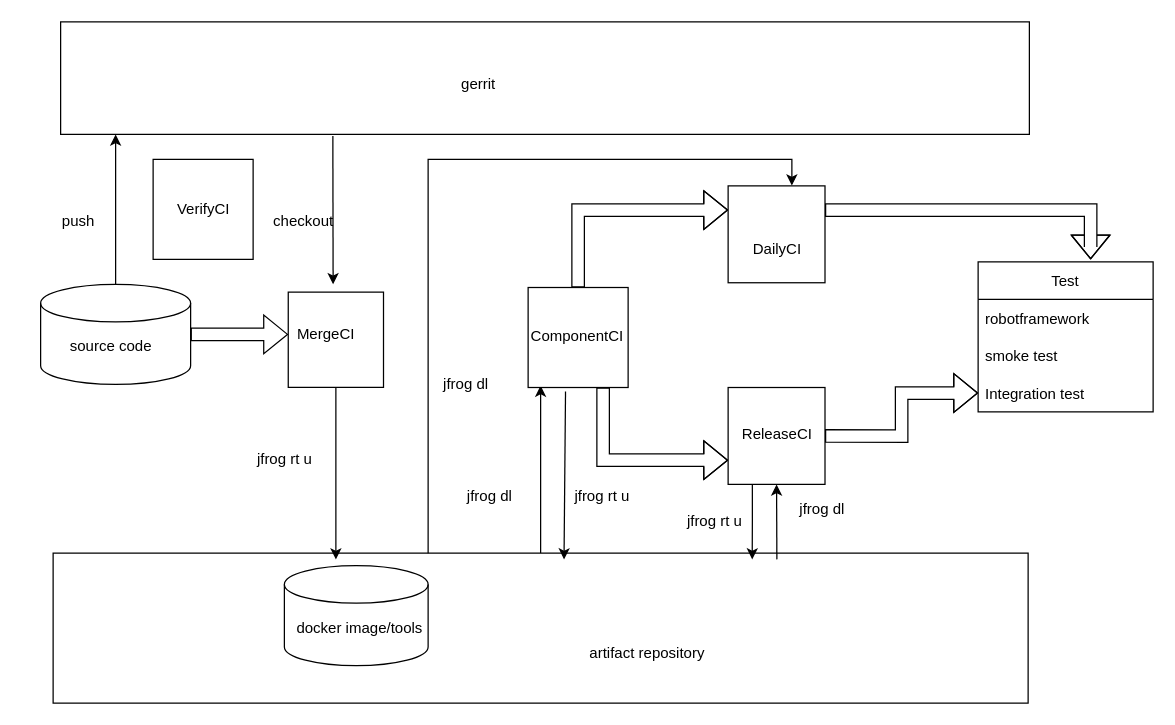
The draw.io diagram jflc.drawio in xiaoyuanwu123/learnGit, before the edit. Source tidied: cells renumbered, new cells numbered last; positions are measured from the earlier drawing's top-left corner, leaving out a move shared by most shapes. Both pictures are drawn from the tidied source at 125%, with x=0, y=0 at pixel (40, 21).
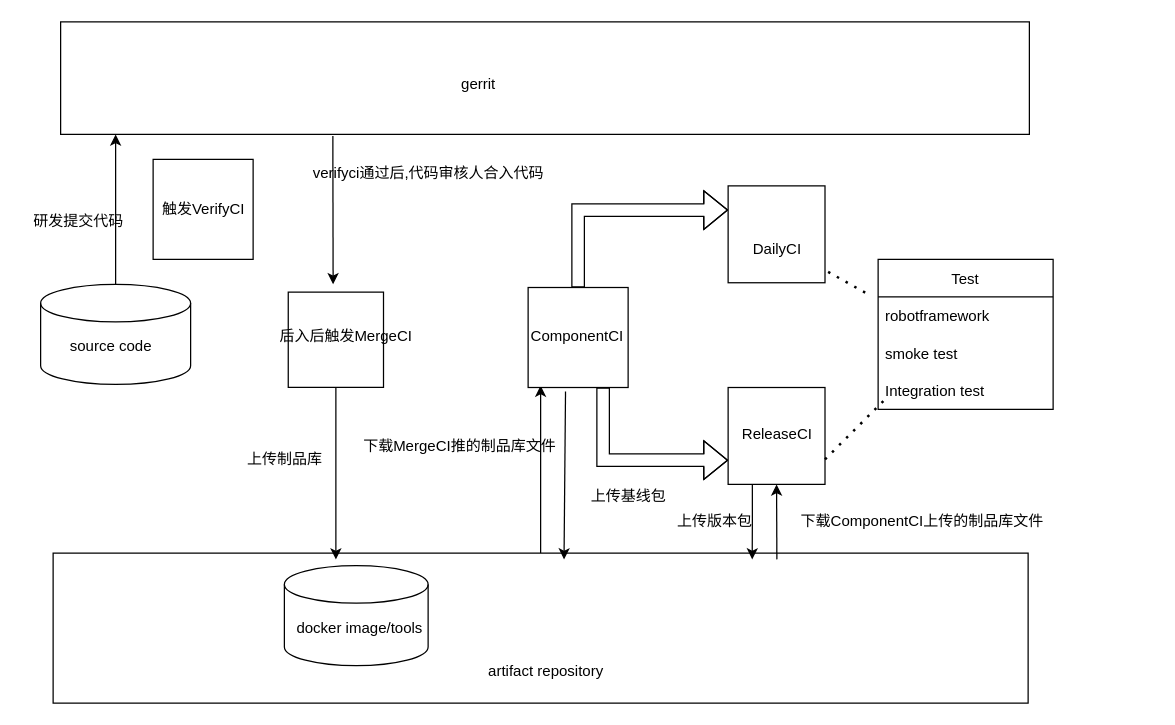
After the change.

Unchanged cells that the change refers to:
```xml
<mxCell id="7" style="shape=cylinder3;whiteSpace=wrap;html=1;boundedLbl=1;backgroundOutline=1;size=15;fontFamily=Helvetica;" parent="1" vertex="1">
  <mxGeometry y="210" width="120" height="80" as="geometry" />
</mxCell>
<mxCell id="22" style="whiteSpace=wrap;html=1;fontFamily=Helvetica;" parent="1" vertex="1">
  <mxGeometry x="550" y="292.5" width="77.5" height="77.5" as="geometry" />
</mxCell>
<mxCell id="25" style="whiteSpace=wrap;html=1;fontFamily=Helvetica;" parent="1" vertex="1">
  <mxGeometry x="550" y="131.2" width="77.5" height="77.5" as="geometry" />
</mxCell>
<mxCell id="37" value="Integration test" style="text;strokeColor=none;fillColor=none;align=left;verticalAlign=middle;spacingLeft=4;spacingRight=4;overflow=hidden;points=[[0,0.5],[1,0.5]];portConstraint=eastwest;fontFamily=Helvetica;" parent="34" vertex="1">
  <mxGeometry y="90" width="140" height="30" as="geometry" />
</mxCell>
```

Change to the diagram source:
```diff
@@
-    <mxCell id="6" style="edgeStyle=orthogonalEdgeStyle;shape=flexArrow;rounded=0;jettySize=auto;html=1;exitX=1;exitY=0.5;exitDx=0;exitDy=0;exitPerimeter=0;entryX=-0.002;entryY=0.5;entryDx=0;entryDy=0;entryPerimeter=0;fontFamily=Helvetica;" parent="1" edge="1" source="7" target="19">
-      <mxGeometry relative="1" as="geometry" />
-    </mxCell>
@@
     <mxCell id="10" value="artifact repository" style="text;html=1;align=center;verticalAlign=middle;fillColor=none;strokeColor=none;rounded=0;fontFamily=Helvetica;" parent="1" vertex="1">
-      <mxGeometry x="430" y="495" width="110" height="20" as="geometry" />
+      <mxGeometry x="349" y="510" width="110" height="20" as="geometry" />
     </mxCell>
@@
-    <mxCell id="16" value="VerifyCI" style="text;html=1;align=center;verticalAlign=middle;fillColor=none;strokeColor=none;rounded=0;fontFamily=Helvetica;" parent="1" vertex="1">
-      <mxGeometry x="100" y="140" width="60" height="20" as="geometry" />
+    <mxCell id="16" value="触发VerifyCI" style="text;html=1;align=center;verticalAlign=middle;fillColor=none;strokeColor=none;rounded=0;fontFamily=Helvetica;" parent="1" vertex="1">
+      <mxGeometry x="90" y="140" width="80" height="20" as="geometry" />
     </mxCell>
@@
-    <mxCell id="19" value="MergeCI" style="text;html=1;align=center;verticalAlign=middle;points=[];fillColor=none;strokeColor=none;rounded=0;fontFamily=Helvetica;" parent="1" vertex="1">
-      <mxGeometry x="198.1" y="240" width="60" height="20" as="geometry" />
+    <mxCell id="19" value="后入后触发MergeCI" style="text;html=1;align=center;verticalAlign=middle;points=[];fillColor=none;strokeColor=none;rounded=0;fontFamily=Helvetica;" parent="1" vertex="1">
+      <mxGeometry x="184.4" y="241.9" width="120" height="20" as="geometry" />
     </mxCell>
-    <mxCell id="20" style="edgeStyle=orthogonalEdgeStyle;shape=flexArrow;rounded=0;jettySize=auto;html=1;exitX=1;exitY=0.5;exitDx=0;exitDy=0;fontFamily=Helvetica;" parent="1" edge="1" source="22" target="37">
-      <mxGeometry relative="1" as="geometry" />
-    </mxCell>
@@
-    <mxCell id="24" style="edgeStyle=orthogonalEdgeStyle;shape=flexArrow;rounded=0;jettySize=auto;html=1;exitX=1;exitY=0.25;exitDx=0;exitDy=0;fontFamily=Helvetica;" parent="1" edge="1" source="25">
-      <mxGeometry relative="1" as="geometry">
-        <mxPoint x="840" y="190" as="targetPoint" />
-        <Array as="points">
-          <mxPoint x="840" y="151" />
-          <mxPoint x="840" y="180" />
-        </Array>
-      </mxGeometry>
-    </mxCell>
@@
-    <mxCell id="28" value="push" style="text;html=1;align=center;verticalAlign=middle;fillColor=none;strokeColor=none;rounded=0;fontFamily=Helvetica;" parent="1" vertex="1">
-      <mxGeometry x="10" y="150" width="40" height="20" as="geometry" />
+    <mxCell id="28" value="研发提交代码" style="text;html=1;align=center;verticalAlign=middle;fillColor=none;strokeColor=none;rounded=0;fontFamily=Helvetica;" parent="1" vertex="1">
+      <mxGeometry x="-15" y="150" width="90" height="20" as="geometry" />
     </mxCell>
-    <mxCell id="29" value="checkout" style="text;html=1;align=center;verticalAlign=middle;fillColor=none;strokeColor=none;rounded=0;fontFamily=Helvetica;" parent="1" vertex="1">
-      <mxGeometry x="180" y="150" width="60" height="20" as="geometry" />
+    <mxCell id="29" value="verifyci通过后,代码审核人合入代码" style="text;html=1;align=center;verticalAlign=middle;fillColor=none;strokeColor=none;rounded=0;fontFamily=Helvetica;" parent="1" vertex="1">
+      <mxGeometry x="210" y="111.2" width="200" height="20" as="geometry" />
     </mxCell>
-    <mxCell id="30" value="jfrog rt u" style="text;html=1;align=center;verticalAlign=middle;fillColor=none;strokeColor=none;rounded=0;fontFamily=Helvetica;" parent="1" vertex="1">
-      <mxGeometry x="165" y="340" width="60" height="20" as="geometry" />
+    <mxCell id="30" value="上传制品库" style="text;html=1;align=center;verticalAlign=middle;fillColor=none;strokeColor=none;rounded=0;fontFamily=Helvetica;" parent="1" vertex="1">
+      <mxGeometry x="155" y="340" width="80" height="20" as="geometry" />
     </mxCell>
-    <mxCell id="31" value="jfrog rt u" style="text;html=1;align=center;verticalAlign=middle;fillColor=none;strokeColor=none;rounded=0;fontFamily=Helvetica;" parent="1" vertex="1">
-      <mxGeometry x="418.8" y="370" width="60" height="20" as="geometry" />
+    <mxCell id="31" value="上传基线包" style="text;html=1;align=center;verticalAlign=middle;fillColor=none;strokeColor=none;rounded=0;fontFamily=Helvetica;" parent="1" vertex="1">
+      <mxGeometry x="430" y="370" width="80" height="20" as="geometry" />
     </mxCell>
@@
     <mxCell id="34" value="Test" style="swimlane;fontStyle=0;horizontal=1;startSize=30;fontFamily=Helvetica;" parent="1" vertex="1">
-      <mxGeometry x="750" y="191.9" width="140" height="120" as="geometry" />
+      <mxGeometry x="670" y="190" width="140" height="120" as="geometry" />
     </mxCell>
@@
-    <mxCell id="38" value="jfrog dl" style="text;html=1;align=center;verticalAlign=middle;fillColor=none;strokeColor=none;rounded=0;fontFamily=Helvetica;" parent="1" vertex="1">
-      <mxGeometry x="333.8" y="370" width="50" height="20" as="geometry" />
+    <mxCell id="38" value="下载MergeCI推的制品库文件" style="text;html=1;align=center;verticalAlign=middle;fillColor=none;strokeColor=none;rounded=0;fontFamily=Helvetica;" parent="1" vertex="1">
+      <mxGeometry x="250" y="330" width="170" height="20" as="geometry" />
     </mxCell>
-    <mxCell id="39" value="jfrog rt u" style="text;html=1;align=center;verticalAlign=middle;fillColor=none;strokeColor=none;rounded=0;fontFamily=Helvetica;" parent="1" vertex="1">
-      <mxGeometry x="508.8" y="390" width="60" height="20" as="geometry" />
+    <mxCell id="39" value="上传版本包" style="text;html=1;align=center;verticalAlign=middle;fillColor=none;strokeColor=none;rounded=0;fontFamily=Helvetica;" parent="1" vertex="1">
+      <mxGeometry x="498.8" y="390" width="80" height="20" as="geometry" />
     </mxCell>
-    <mxCell id="40" value="jfrog dl" style="text;html=1;align=center;verticalAlign=middle;fillColor=none;strokeColor=none;rounded=0;fontFamily=Helvetica;" parent="1" vertex="1">
-      <mxGeometry x="600" y="380" width="50" height="20" as="geometry" />
+    <mxCell id="40" value="下载ComponentCI上传的制品库文件" style="text;html=1;align=center;verticalAlign=middle;fillColor=none;strokeColor=none;rounded=0;fontFamily=Helvetica;" parent="1" vertex="1">
+      <mxGeometry x="600" y="390" width="210" height="20" as="geometry" />
     </mxCell>
-    <mxCell id="41" style="endArrow=classic;html=1;rounded=0;fontFamily=Helvetica;entryX=0.658;entryY=-0.003;entryDx=0;entryDy=0;entryPerimeter=0;" parent="1" edge="1" target="25">
-      <mxGeometry relative="1" as="geometry">
-        <mxPoint x="310" y="425" as="sourcePoint" />
-        <Array as="points">
-          <mxPoint x="310" y="150" />
-          <mxPoint x="310" y="110" />
-          <mxPoint x="601" y="110" />
-        </Array>
-      </mxGeometry>
-    </mxCell>
-    <mxCell id="42" value="jfrog dl" style="text;html=1;align=center;verticalAlign=middle;fillColor=none;strokeColor=none;rounded=0;fontFamily=Helvetica;" parent="1" vertex="1">
-      <mxGeometry x="315" y="280" width="50" height="20" as="geometry" />
-    </mxCell>
@@
+    <mxCell id="45" style="endArrow=none;dashed=1;html=1;dashPattern=1 3;strokeWidth=2;rounded=0;" parent="1" edge="1">
+      <mxGeometry relative="1" as="geometry">
+        <mxPoint x="627.5" y="350" as="sourcePoint" />
+        <mxPoint x="677.5" y="300" as="targetPoint" />
+      </mxGeometry>
+    </mxCell>
+    <mxCell id="46" style="endArrow=none;dashed=1;html=1;dashPattern=1 3;strokeWidth=2;rounded=0;entryX=-0.043;entryY=0.242;entryDx=0;entryDy=0;entryPerimeter=0;" parent="1" edge="1" target="34">
+      <mxGeometry relative="1" as="geometry">
+        <mxPoint x="630" y="200" as="sourcePoint" />
+      </mxGeometry>
+    </mxCell>
```
